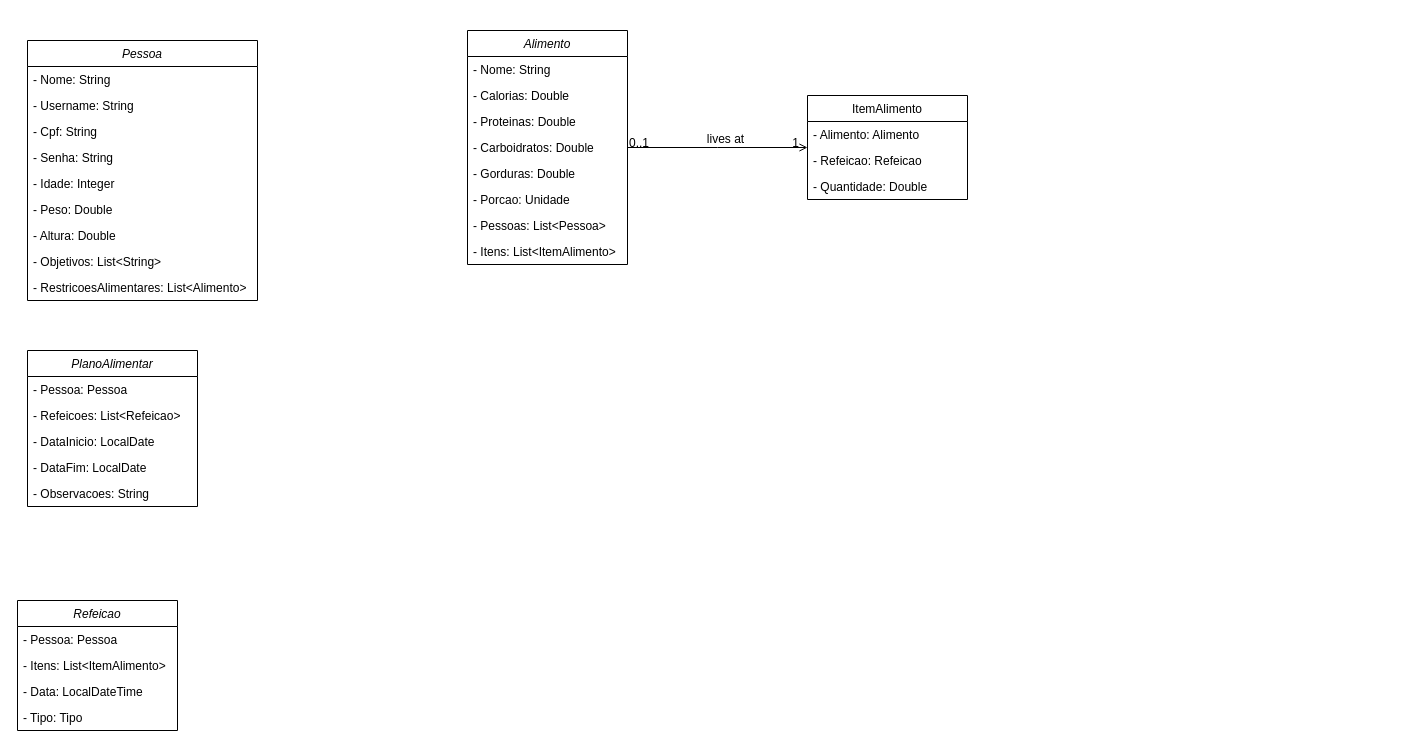
The draw.io diagram classe.drawio in EliasNote/nutri, before the edit. Source tidied: cells renumbered, new cells numbered last; positions are measured from the earlier drawing's top-left corner, leaving out a move shared by most shapes. Both pictures are drawn from the tidied source at 100%, with x=0, y=0 at pixel (17, 30).
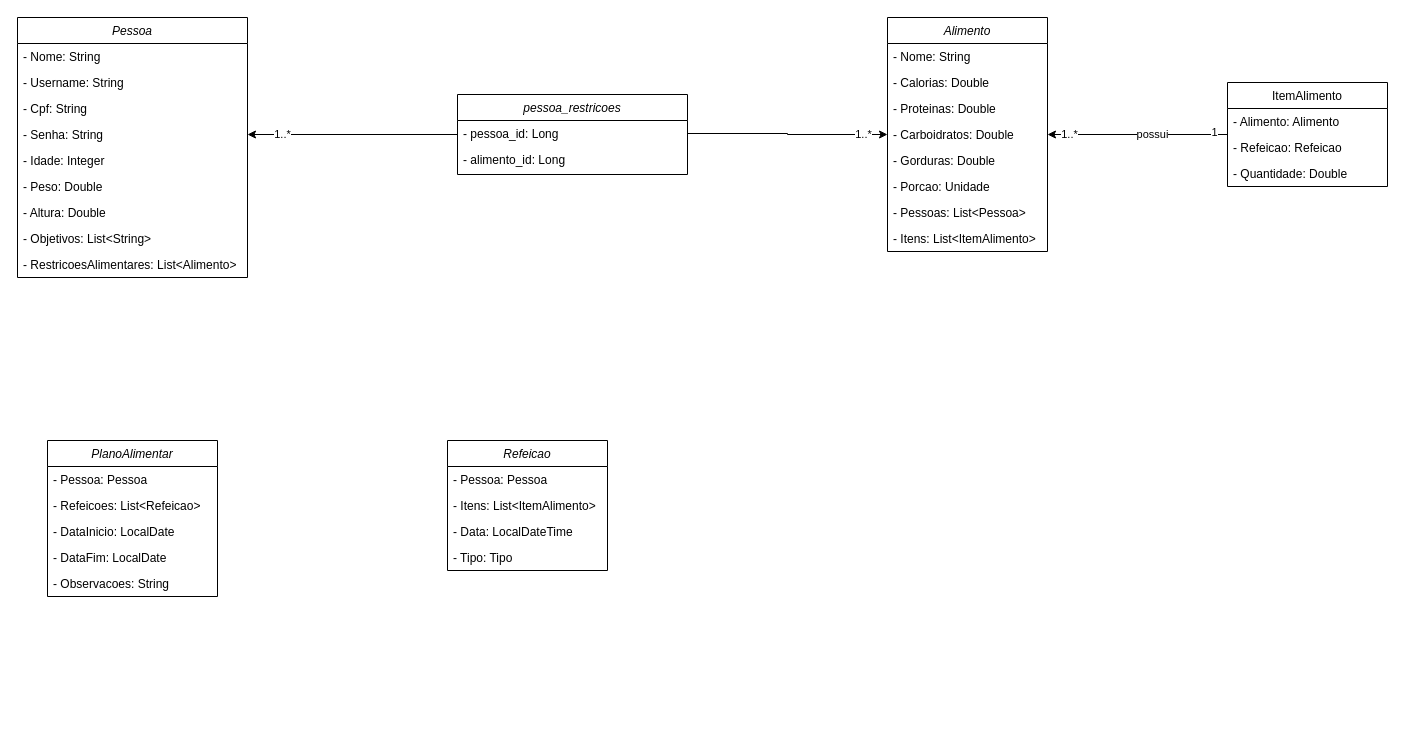
The same diagram, later.

Unchanged cells that the change refers to:
```xml
<mxCell id="6" value="- Carboidratos: Double" style="text;align=left;verticalAlign=top;spacingLeft=4;spacingRight=4;overflow=hidden;points=[[0,0.5],[1,0.5]];portConstraint=eastwest;rounded=0;shadow=0;html=0;" parent="2" vertex="1">
  <mxGeometry y="104" width="160" height="26" as="geometry" />
</mxCell>
<mxCell id="23" value="- Senha: String" style="text;align=left;verticalAlign=top;spacingLeft=4;spacingRight=4;overflow=hidden;points=[[0,0.5],[1,0.5]];portConstraint=eastwest;rounded=0;shadow=0;html=0;" parent="19" vertex="1">
  <mxGeometry y="104" width="230" height="26" as="geometry" />
</mxCell>
```

Diff of the diagram source:
```diff
@@
     <mxCell id="2" value="Alimento" style="swimlane;fontStyle=2;align=center;verticalAlign=top;horizontal=1;startSize=26;rounded=0;shadow=0;strokeWidth=1;" parent="1" vertex="1">
-      <mxGeometry x="450" width="160" height="234" as="geometry" />
+      <mxGeometry x="870" y="-13" width="160" height="234" as="geometry" />
     </mxCell>
@@
+    <mxCell id="40" style="edgeStyle=orthogonalEdgeStyle;shape=connector;rounded=0;jettySize=auto;html=1;entryX=1;entryY=0.5;entryDx=0;entryDy=0;strokeColor=default;align=center;verticalAlign=middle;fontFamily=Helvetica;fontSize=11;fontColor=default;labelBackgroundColor=default;endArrow=classic;" parent="1" edge="1" source="11" target="6">
+      <mxGeometry relative="1" as="geometry" />
+    </mxCell>
+    <mxCell id="41" value="possui" style="edgeLabel;html=1;align=center;verticalAlign=middle;fontFamily=Helvetica;fontSize=11;fontColor=default;labelBackgroundColor=default;" parent="40" vertex="1">
+      <mxGeometry x="-0.16" y="-1" relative="1" as="geometry" />
+    </mxCell>
+    <mxCell id="42" value="1..*" style="edgeLabel;html=1;align=center;verticalAlign=middle;fontFamily=Helvetica;fontSize=11;fontColor=default;labelBackgroundColor=default;" parent="40" vertex="1">
+      <mxGeometry x="0.77" y="-1" relative="1" as="geometry" />
+    </mxCell>
+    <mxCell id="17" value="1" style="edgeLabel;html=1;align=center;verticalAlign=middle;fontFamily=Helvetica;fontSize=11;fontColor=default;labelBackgroundColor=default;" parent="40" vertex="1">
+      <mxGeometry x="-0.84" y="-3" relative="1" as="geometry" />
+    </mxCell>
     <mxCell id="11" value="ItemAlimento" style="swimlane;fontStyle=0;align=center;verticalAlign=top;horizontal=1;startSize=26;rounded=0;shadow=0;strokeWidth=1;" parent="1" vertex="1">
-      <mxGeometry x="790" y="65" width="160" height="104" as="geometry" />
+      <mxGeometry x="1210" y="52" width="160" height="104" as="geometry" />
     </mxCell>
@@
-    <mxCell id="15" style="endArrow=open;shadow=0;strokeWidth=1;rounded=0;curved=0;endFill=1;edgeStyle=elbowEdgeStyle;elbow=vertical;" parent="1" edge="1" source="2" target="11">
-      <mxGeometry x="0.5" y="41" relative="1" as="geometry">
-        <mxPoint x="-40" y="32" as="offset" />
-      </mxGeometry>
-    </mxCell>
-    <mxCell id="16" value="0..1" style="align=left;verticalAlign=bottom;labelBackgroundColor=none;fontSize=12;" parent="15" vertex="1">
-      <mxGeometry x="-1" relative="1" as="geometry">
-        <mxPoint y="4" as="offset" />
-      </mxGeometry>
-    </mxCell>
-    <mxCell id="17" value="1" style="align=right;verticalAlign=bottom;labelBackgroundColor=none;fontSize=12;" parent="15" vertex="1">
-      <mxGeometry x="1" relative="1" as="geometry">
-        <mxPoint x="-7" y="4" as="offset" />
-      </mxGeometry>
-    </mxCell>
-    <mxCell id="18" value="lives at" style="text;html=1;align=center;verticalAlign=middle;labelBackgroundColor=none;rounded=0;shadow=0;strokeWidth=1;fontSize=12;" parent="15" vertex="1">
-      <mxGeometry x="0.5" y="49" relative="1" as="geometry">
-        <mxPoint x="-38" y="40" as="offset" />
-      </mxGeometry>
-    </mxCell>
     <mxCell id="19" value="Pessoa" style="swimlane;fontStyle=2;align=center;verticalAlign=top;horizontal=1;startSize=26;rounded=0;shadow=0;strokeWidth=1;" parent="1" vertex="1">
-      <mxGeometry x="10" y="10" width="230" height="260" as="geometry" />
+      <mxGeometry y="-13" width="230" height="260" as="geometry" />
     </mxCell>
@@
     <mxCell id="29" value="PlanoAlimentar" style="swimlane;fontStyle=2;align=center;verticalAlign=top;horizontal=1;startSize=26;rounded=0;shadow=0;strokeWidth=1;" parent="1" vertex="1">
-      <mxGeometry x="10" y="320" width="170" height="156" as="geometry" />
+      <mxGeometry x="30" y="410" width="170" height="156" as="geometry" />
     </mxCell>
@@
     <mxCell id="35" value="Refeicao" style="swimlane;fontStyle=2;align=center;verticalAlign=top;horizontal=1;startSize=26;rounded=0;shadow=0;strokeWidth=1;" parent="1" vertex="1">
-      <mxGeometry y="570" width="160" height="130" as="geometry" />
+      <mxGeometry x="430" y="410" width="160" height="130" as="geometry" />
     </mxCell>
@@
+    <mxCell id="43" style="edgeStyle=orthogonalEdgeStyle;shape=connector;rounded=0;jettySize=auto;html=1;entryX=1;entryY=0.5;entryDx=0;entryDy=0;strokeColor=default;align=center;verticalAlign=middle;fontFamily=Helvetica;fontSize=11;fontColor=default;labelBackgroundColor=default;endArrow=classic;" parent="1" edge="1" source="45" target="23">
+      <mxGeometry relative="1" as="geometry" />
+    </mxCell>
+    <mxCell id="44" value="1..*" style="edgeLabel;html=1;align=center;verticalAlign=middle;fontFamily=Helvetica;fontSize=11;fontColor=default;labelBackgroundColor=default;" parent="43" vertex="1">
+      <mxGeometry x="0.67" y="-1" relative="1" as="geometry">
+        <mxPoint x="-1" as="offset" />
+      </mxGeometry>
+    </mxCell>
+    <mxCell id="45" value="pessoa_restricoes" style="swimlane;fontStyle=2;align=center;verticalAlign=top;horizontal=1;startSize=26;rounded=0;shadow=0;strokeWidth=1;" parent="1" vertex="1">
+      <mxGeometry x="440" y="64" width="230" height="80" as="geometry" />
+    </mxCell>
+    <mxCell id="46" value="- pessoa_id: Long" style="text;align=left;verticalAlign=top;spacingLeft=4;spacingRight=4;overflow=hidden;points=[[0,0.5],[1,0.5]];portConstraint=eastwest;" parent="45" vertex="1">
+      <mxGeometry y="26" width="230" height="26" as="geometry" />
+    </mxCell>
+    <mxCell id="47" value="- alimento_id: Long" style="text;align=left;verticalAlign=top;spacingLeft=4;spacingRight=4;overflow=hidden;rounded=0;shadow=0;html=0;" parent="45" vertex="1">
+      <mxGeometry y="52" width="230" height="26" as="geometry" />
+    </mxCell>
+    <mxCell id="48" style="edgeStyle=orthogonalEdgeStyle;shape=connector;rounded=0;jettySize=auto;html=1;entryX=0;entryY=0.5;entryDx=0;entryDy=0;strokeColor=default;align=center;verticalAlign=middle;fontFamily=Helvetica;fontSize=11;fontColor=default;labelBackgroundColor=default;endArrow=classic;" parent="1" edge="1" source="46" target="6">
+      <mxGeometry relative="1" as="geometry" />
+    </mxCell>
+    <mxCell id="49" value="1..*" style="edgeLabel;html=1;align=center;verticalAlign=middle;fontFamily=Helvetica;fontSize=11;fontColor=default;labelBackgroundColor=default;" parent="48" vertex="1">
+      <mxGeometry x="0.75" y="1" relative="1" as="geometry" />
+    </mxCell>
```
